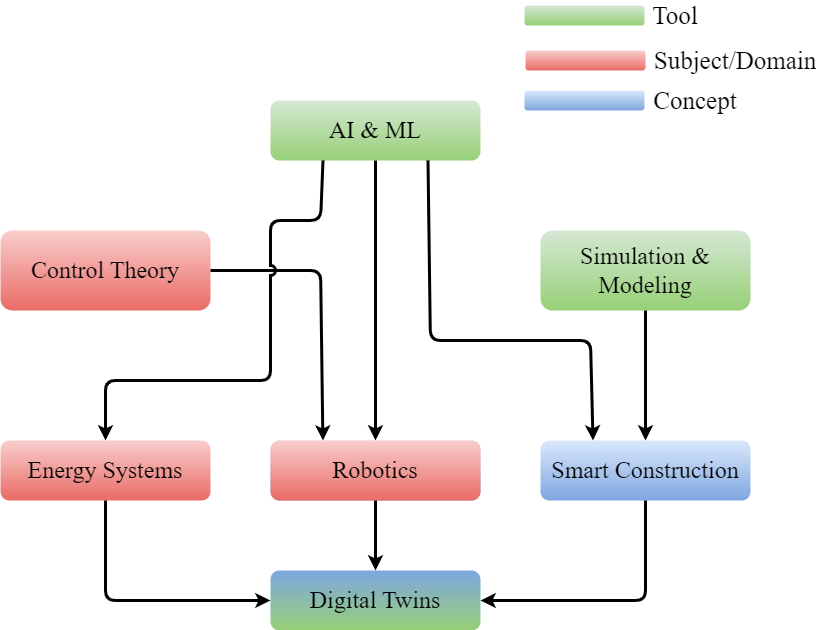
Above: images/Research Intent.png in MubashirWani/mubashirwani (draw.io), before the change. Source tidied: cells renumbered, new cells last; positions are measured from the earlier drawing's top-left corner, leaving out a move shared by most shapes.
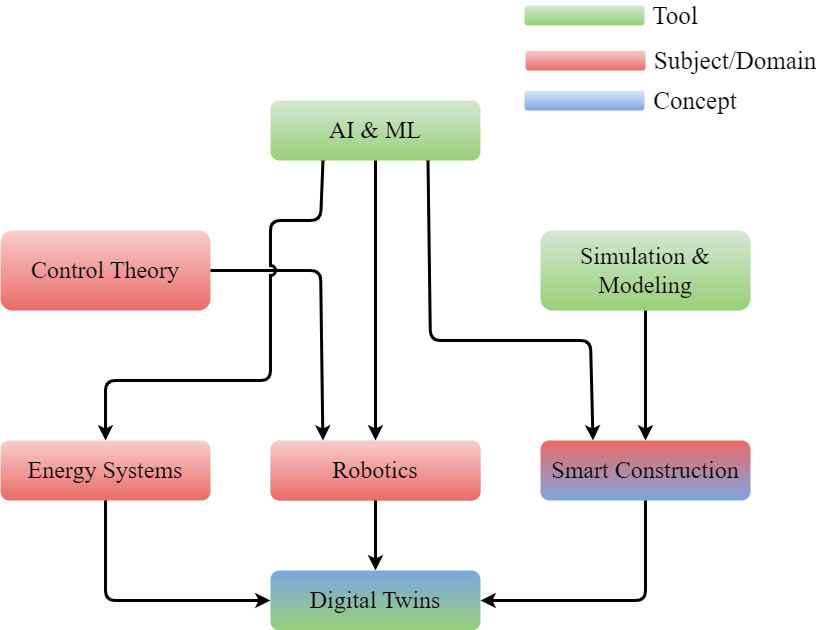
Later version of the same file.

Commit message:
Deploy website to gh-pages

Diff of the diagram source:
```diff
@@ -20,7 +20,7 @@
     <mxCell id="7" value="&lt;font face=&quot;Times New Roman&quot; style=&quot;font-size: 24px;&quot;&gt;Robotics&lt;/font&gt;" style="rounded=1;whiteSpace=wrap;html=1;fillColor=#f8cecc;gradientColor=#ea6b66;strokeColor=none;" parent="1" vertex="1">
       <mxGeometry x="270" y="440" width="210" height="60" as="geometry" />
     </mxCell>
-    <mxCell id="8" value="&lt;font face=&quot;Times New Roman&quot; style=&quot;font-size: 24px;&quot;&gt;Smart Construction&lt;/font&gt;" style="rounded=1;whiteSpace=wrap;html=1;fillColor=#dae8fc;gradientColor=#7ea6e0;strokeColor=none;" parent="1" vertex="1">
+    <mxCell id="8" value="&lt;font face=&quot;Times New Roman&quot; style=&quot;font-size: 24px;&quot;&gt;Smart Construction&lt;/font&gt;" style="rounded=1;whiteSpace=wrap;html=1;fillColor=#EA6B66;gradientColor=#7ea6e0;strokeColor=none;" parent="1" vertex="1">
       <mxGeometry x="540" y="440" width="210" height="60" as="geometry" />
     </mxCell>
     <mxCell id="9" value="&lt;font face=&quot;Times New Roman&quot; style=&quot;font-size: 24px;&quot;&gt;Digital Twins&lt;/font&gt;" style="rounded=1;whiteSpace=wrap;html=1;fillColor=#97D077;gradientColor=#7ea6e0;strokeColor=none;gradientDirection=north;" parent="1" vertex="1">
```
